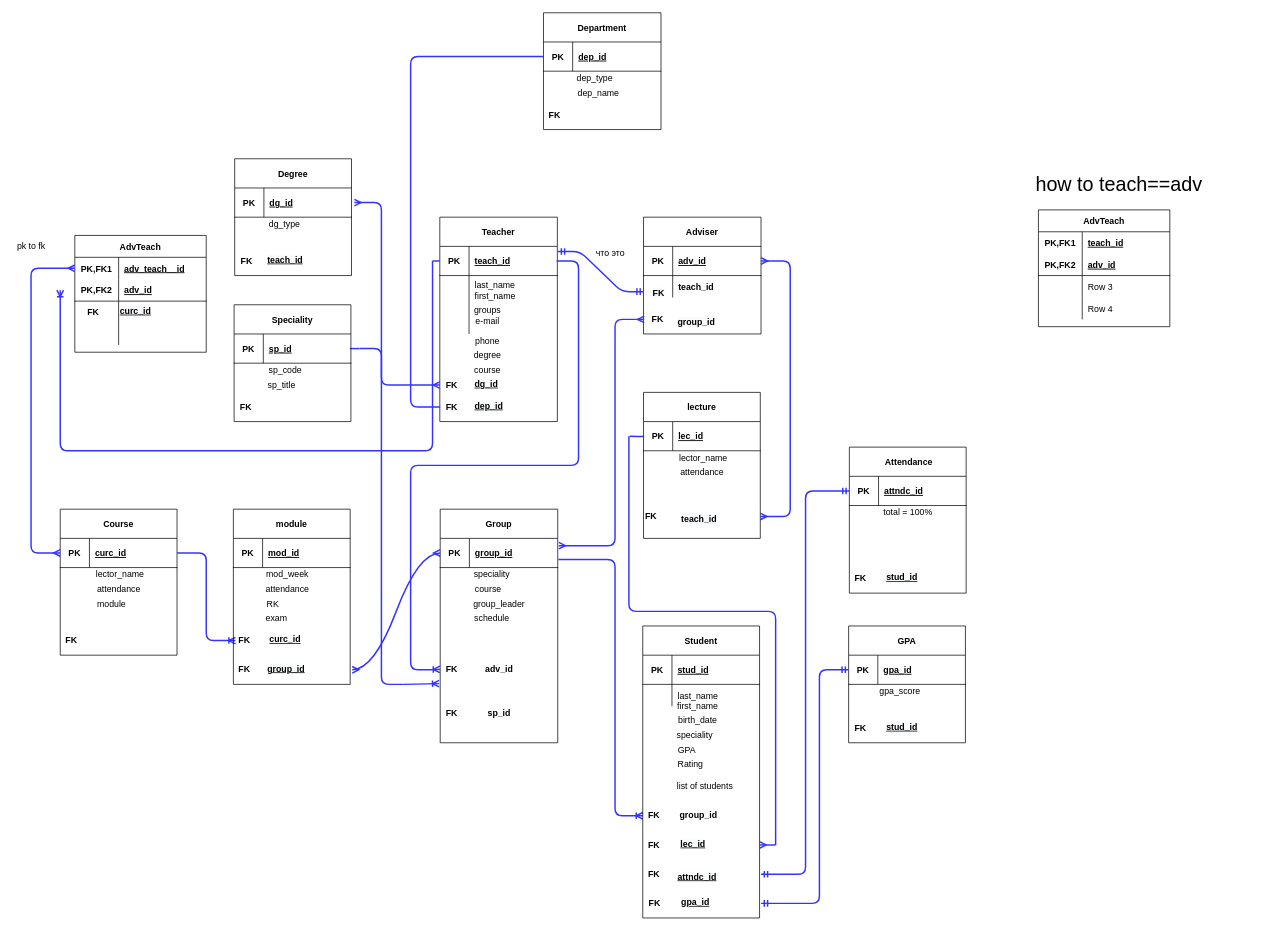
aselleon/cubefiction keeps this draw.io diagram as DB relationship entity.drawio. Above is the earlier version. Source tidied: cells renumbered, new cells numbered last; positions are measured from the earlier drawing's top-left corner, leaving out a move shared by most shapes. Both pictures are drawn from the tidied source at 73%, with x=0, y=0 at pixel (12, 12).
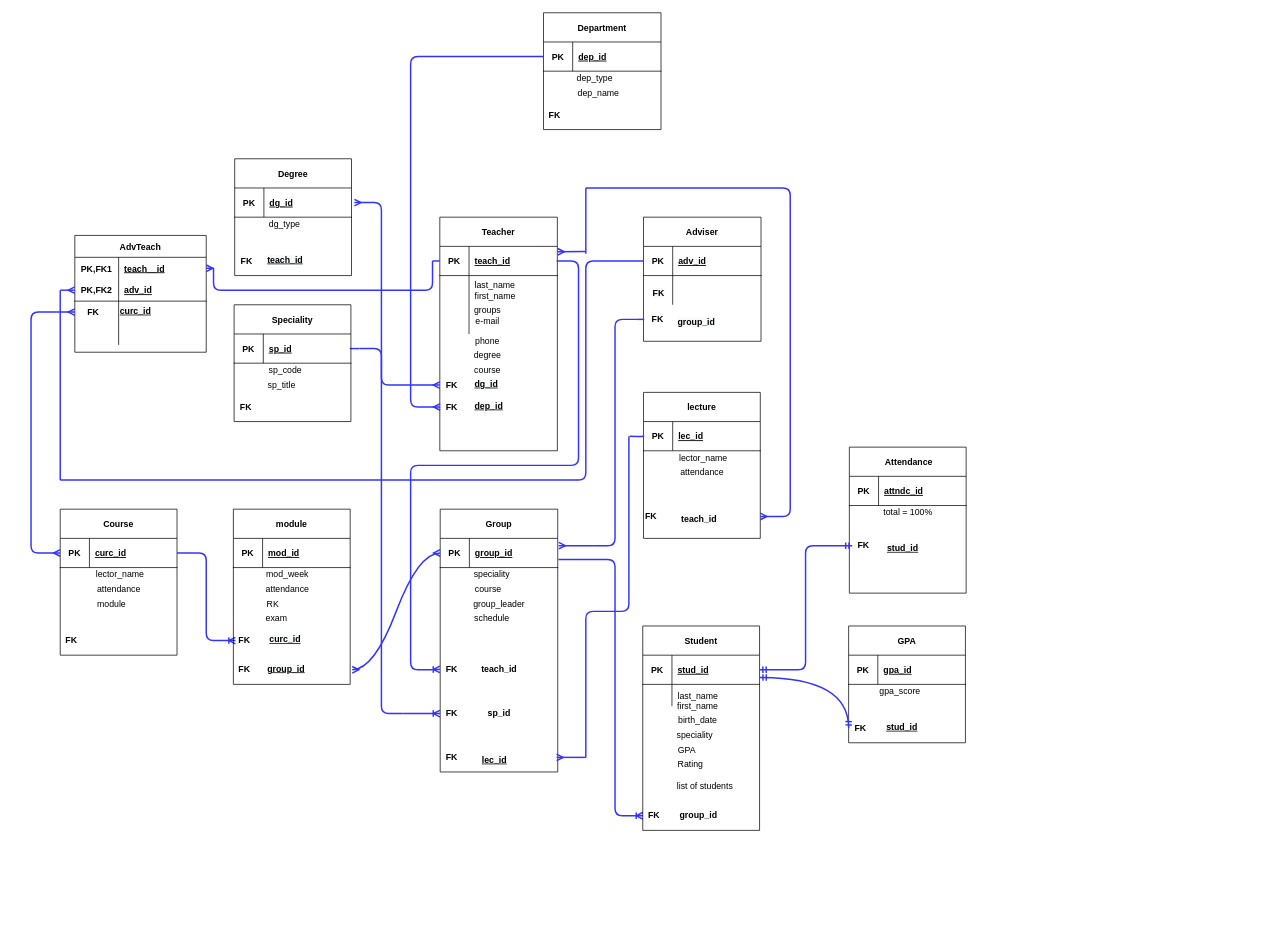
After the change.

Unchanged cells that the change refers to:
```xml
<mxCell id="14" style="shape=partialRectangle;fillColor=none;points=[[0,0.5],[1,0.5]];portConstraint=eastwest;top=0;left=0;right=0;bottom=1;" parent="13" vertex="1">
  <mxGeometry y="40" width="161" height="40" as="geometry" />
</mxCell>
<mxCell id="36" value="&lt;b&gt;FK&lt;/b&gt;" style="text;html=1;align=center;verticalAlign=middle;points=[];" parent="1" vertex="1">
  <mxGeometry x="585.5" y="530" width="30" height="20" as="geometry" />
</mxCell>
<mxCell id="43" style="shape=partialRectangle;fillColor=none;points=[[0,0.5],[1,0.5]];portConstraint=eastwest;top=0;left=0;right=0;bottom=1;" parent="42" vertex="1">
  <mxGeometry y="40" width="161" height="40" as="geometry" />
</mxCell>
<mxCell id="59" value="lecture" style="shape=table;startSize=40;childLayout=tableLayout;rowLines=0;fontStyle=1;align=center;" parent="1" vertex="1">
  <mxGeometry x="864" y="520" width="160" height="200" as="geometry" />
</mxCell>
<mxCell id="65" style="shape=partialRectangle;fillColor=none;points=[[0,0.5],[1,0.5]];portConstraint=eastwest;top=0;left=0;right=0;bottom=1;" parent="64" vertex="1">
  <mxGeometry y="40" width="160" height="40" as="geometry" />
</mxCell>
<mxCell id="76" style="shape=partialRectangle;fillColor=none;points=[[0,0.5],[1,0.5]];portConstraint=eastwest;top=0;left=0;right=0;bottom=1;" parent="75" vertex="1">
  <mxGeometry y="40" width="161" height="40" as="geometry" />
</mxCell>
<mxCell id="99" style="shape=partialRectangle;fillColor=none;points=[[0,0.5],[1,0.5]];portConstraint=eastwest;top=0;left=0;right=0;bottom=1;" parent="98" vertex="1">
  <mxGeometry y="40" width="160" height="40" as="geometry" />
</mxCell>
<mxCell id="124" style="shape=partialRectangle;fillColor=none;points=[[0,0.5],[1,0.5]];portConstraint=eastwest;top=0;left=0;right=0;bottom=1;" parent="123" vertex="1">
  <mxGeometry y="40" width="160" height="40" as="geometry" />
</mxCell>
<mxCell id="148" style="shape=partialRectangle;fillColor=none;points=[[0,0.5],[1,0.5]];portConstraint=eastwest;top=0;left=0;right=0;bottom=1;" parent="147" vertex="1">
  <mxGeometry y="40" width="160" height="40" as="geometry" />
</mxCell>
<mxCell id="162" style="shape=partialRectangle;fillColor=none;top=0;left=0;bottom=0;right=0;points=[[0,0.5],[1,0.5]];portConstraint=eastwest;" parent="161" vertex="1">
  <mxGeometry y="30" width="180" height="30" as="geometry" />
</mxCell>
<mxCell id="165" style="shape=partialRectangle;fillColor=none;top=0;left=0;bottom=1;right=0;points=[[0,0.5],[1,0.5]];portConstraint=eastwest;" parent="161" vertex="1">
  <mxGeometry y="60" width="180" height="30" as="geometry" />
</mxCell>
<mxCell id="168" style="shape=partialRectangle;fillColor=none;top=0;left=0;bottom=0;right=0;points=[[0,0.5],[1,0.5]];portConstraint=eastwest;" parent="161" vertex="1">
  <mxGeometry y="90" width="180" height="30" as="geometry" />
</mxCell>
```

Change to the diagram source:
```diff
@@
     <mxCell id="13" value="Teacher" style="shape=table;startSize=40;childLayout=tableLayout;rowLines=0;fontStyle=1;align=center;" parent="1" vertex="1">
-      <mxGeometry x="585" y="280" width="161" height="280" as="geometry" />
+      <mxGeometry x="585" y="280" width="161" height="320" as="geometry" />
     </mxCell>
@@
-    <mxCell id="40" value="&lt;b&gt;adv_id&lt;/b&gt;" style="text;html=1;align=center;verticalAlign=middle;" parent="1" vertex="1">
-      <mxGeometry x="641" y="890" width="50" height="20" as="geometry" />
+    <mxCell id="40" value="&lt;b&gt;teach_id&lt;/b&gt;" style="text;html=1;align=center;verticalAlign=middle;" parent="1" vertex="1">
+      <mxGeometry x="636" y="890" width="60" height="20" as="geometry" />
     </mxCell>
@@
     <mxCell id="42" value="Adviser" style="shape=table;startSize=40;childLayout=tableLayout;rowLines=0;fontStyle=1;align=center;" parent="1" vertex="1">
-      <mxGeometry x="864" y="280" width="161" height="160" as="geometry" />
+      <mxGeometry x="864" y="280" width="161" height="170" as="geometry" />
     </mxCell>
@@
     <mxCell id="47" style="shape=partialRectangle;fillColor=none;points=[[0,0.5],[1,0.5]];portConstraint=eastwest;top=0;left=0;right=0;bottom=0;" parent="42" vertex="1">
-      <mxGeometry y="80" width="161" height="30" as="geometry" />
+      <mxGeometry y="80" width="161" height="40" as="geometry" />
     </mxCell>
     <mxCell id="48" style="shape=partialRectangle;overflow=hidden;fillColor=none;top=0;left=0;bottom=0;right=0;" parent="47" vertex="1">
-      <mxGeometry width="40" height="30" as="geometry" />
+      <mxGeometry width="40" height="40" as="geometry" />
     </mxCell>
-    <mxCell id="49" value="teach_id" style="shape=partialRectangle;overflow=hidden;fillColor=none;top=0;left=0;bottom=0;right=0;align=left;spacingLeft=6;fontStyle=1;" parent="47" vertex="1">
-      <mxGeometry x="40" width="121" height="30" as="geometry" />
+    <mxCell id="49" style="shape=partialRectangle;overflow=hidden;fillColor=none;top=0;left=0;bottom=0;right=0;align=left;spacingLeft=6;fontStyle=1;" parent="47" vertex="1">
+      <mxGeometry x="40" width="121" height="40" as="geometry" />
     </mxCell>
-    <mxCell id="50" style="edgeStyle=entityRelationEdgeStyle;fontSize=12;html=1;endArrow=ERmandOne;startArrow=ERmandOne;strokeColor=#3333FF;strokeWidth=2;entryX=0;entryY=0.734;entryDx=0;entryDy=0;entryPerimeter=0;exitX=1.006;exitY=0.175;exitDx=0;exitDy=0;exitPerimeter=0;" parent="1" edge="1" source="14" target="47">
-      <mxGeometry relative="1" as="geometry" />
-    </mxCell>
@@
     <mxCell id="56" style="edgeStyle=entityRelationEdgeStyle;fontSize=12;html=1;endArrow=none;strokeColor=#3333FF;strokeWidth=2;rounded=1;endFill=0;" parent="1" edge="1">
       <mxGeometry relative="1" as="geometry">
         <mxPoint x="475" y="460" as="sourcePoint" />
-        <mxPoint x="535" y="920" as="targetPoint" />
+        <mxPoint x="535" y="960" as="targetPoint" />
       </mxGeometry>
     </mxCell>
@@
-    <mxCell id="63" style="edgeStyle=orthogonalEdgeStyle;rounded=0;orthogonalLoop=1;jettySize=auto;html=1;exitX=1;exitY=0.5;exitDx=0;exitDy=0;" parent="59" edge="1">
-      <mxGeometry relative="1" as="geometry">
-        <mxPoint x="567" y="-250" as="sourcePoint" />
-        <mxPoint x="567" y="-250" as="targetPoint" />
-      </mxGeometry>
-    </mxCell>
     <mxCell id="64" value="Student" style="shape=table;startSize=40;childLayout=tableLayout;rowLines=0;fontStyle=1;align=center;" parent="1" vertex="1">
-      <mxGeometry x="863" y="840" width="160" height="400" as="geometry" />
+      <mxGeometry x="863" y="840" width="160" height="280" as="geometry" />
     </mxCell>
@@
     <mxCell id="73" style="endArrow=ERoneToMany;html=1;strokeColor=#3333FF;strokeWidth=2;endFill=0;" parent="1" edge="1">
       <mxGeometry relative="1" as="geometry">
-        <mxPoint x="535" y="920" as="sourcePoint" />
-        <mxPoint x="584" y="919" as="targetPoint" />
+        <mxPoint x="535" y="960" as="sourcePoint" />
+        <mxPoint x="585" y="960" as="targetPoint" />
       </mxGeometry>
     </mxCell>
@@
-    <mxCell id="80" style="fontSize=12;html=1;endArrow=none;strokeColor=#3333FF;strokeWidth=2;edgeStyle=elbowEdgeStyle;elbow=vertical;exitX=0;exitY=0.5;exitDx=0;exitDy=0;endFill=0;" parent="1" edge="1" source="76" target="36">
+    <mxCell id="80" style="fontSize=12;html=1;endArrow=ERmany;strokeColor=#3333FF;strokeWidth=2;edgeStyle=elbowEdgeStyle;elbow=vertical;exitX=0;exitY=0.5;exitDx=0;exitDy=0;endFill=0;" parent="1" edge="1" source="76" target="36">
       <mxGeometry relative="1" as="geometry">
         <Array as="points">
           <mxPoint x="545" y="240" />
         </Array>
       </mxGeometry>
     </mxCell>
-    <mxCell id="81" style="edgeStyle=elbowEdgeStyle;fontSize=12;html=1;endArrow=ERmany;startArrow=ERmany;strokeColor=#3333FF;strokeWidth=2;exitX=1;exitY=0.5;exitDx=0;exitDy=0;" parent="1" edge="1" source="43">
+    <mxCell id="81" style="edgeStyle=elbowEdgeStyle;fontSize=12;html=1;endArrow=ERmany;startArrow=none;strokeColor=#3333FF;strokeWidth=2;endFill=0;startFill=0;" parent="1" edge="1">
       <mxGeometry relative="1" as="geometry">
+        <mxPoint x="785" y="240" as="sourcePoint" />
         <mxPoint x="1024" y="690" as="targetPoint" />
         <Array as="points">
-          <mxPoint x="1065" y="500" />
+          <mxPoint x="1065" y="450" />
         </Array>
       </mxGeometry>
     </mxCell>
@@
-    <mxCell id="87" style="endArrow=ERmany;html=1;rounded=0;strokeColor=#3333FF;strokeWidth=2;endFill=0;startArrow=none;startFill=0;" parent="1" edge="1">
+    <mxCell id="87" style="endArrow=none;html=1;rounded=0;strokeColor=#3333FF;strokeWidth=2;endFill=0;startArrow=none;startFill=0;" parent="1" edge="1">
       <mxGeometry relative="1" as="geometry">
         <mxPoint x="855" y="420" as="sourcePoint" />
         <mxPoint x="865" y="420" as="targetPoint" />
       </mxGeometry>
     </mxCell>
     <mxCell id="88" value="Group" style="shape=table;startSize=40;childLayout=tableLayout;rowLines=0;fontStyle=1;align=center;" parent="1" vertex="1">
-      <mxGeometry x="585.5" y="680" width="161" height="320" as="geometry" />
+      <mxGeometry x="585.5" y="680" width="161" height="360" as="geometry" />
     </mxCell>
@@
     <mxCell id="110" style="edgeStyle=elbowEdgeStyle;fontSize=12;html=1;endArrow=none;strokeColor=#3333FF;strokeWidth=2;elbow=vertical;endFill=0;" parent="1" edge="1">
       <mxGeometry relative="1" as="geometry">
-        <mxPoint x="1045" y="1140" as="sourcePoint" />
+        <mxPoint x="785" y="1020" as="sourcePoint" />
         <mxPoint x="844" y="580" as="targetPoint" />
         <Array as="points">
           <mxPoint x="933" y="820" />
         </Array>
       </mxGeometry>
     </mxCell>
@@
-    <mxCell id="112" style="fontSize=12;html=1;endArrow=ERmany;strokeWidth=2;strokeColor=#3333FF;endFill=0;elbow=vertical;entryX=1;entryY=0.75;entryDx=0;entryDy=0;" parent="1" edge="1" target="64">
+    <mxCell id="112" style="fontSize=12;html=1;endArrow=ERmany;strokeWidth=2;strokeColor=#3333FF;endFill=0;elbow=vertical;" parent="1" edge="1">
       <mxGeometry relative="1" as="geometry">
-        <mxPoint x="1045" y="1140" as="sourcePoint" />
+        <mxPoint x="785" y="1020" as="sourcePoint" />
+        <mxPoint x="745" y="1020" as="targetPoint" />
       </mxGeometry>
     </mxCell>
@@
-    <mxCell id="129" style="edgeStyle=elbowEdgeStyle;fontSize=12;html=1;endArrow=ERmandOne;startArrow=ERmandOne;exitX=0;exitY=0.5;exitDx=0;exitDy=0;strokeColor=#3333FF;strokeWidth=2;" parent="1" edge="1" source="124">
+    <mxCell id="129" style="edgeStyle=orthogonalEdgeStyle;fontSize=12;html=1;endArrow=ERmandOne;startArrow=ERmandOne;strokeColor=#3333FF;strokeWidth=2;entryX=1.001;entryY=0.764;entryDx=0;entryDy=0;entryPerimeter=0;curved=1;" parent="1" edge="1" target="65">
       <mxGeometry relative="1" as="geometry">
-        <mxPoint x="1025" y="1220" as="targetPoint" />
-        <Array as="points">
-          <mxPoint x="1105" y="1050" />
-        </Array>
+        <mxPoint x="1145" y="980" as="sourcePoint" />
       </mxGeometry>
     </mxCell>
-    <mxCell id="130" value="&lt;font style=&quot;font-size: 27px&quot;&gt;how to teach==adv&lt;/font&gt;" style="text;html=1;align=center;verticalAlign=middle;" parent="1" vertex="1">
-      <mxGeometry x="1395" y="220" width="240" height="30" as="geometry" />
-    </mxCell>
-    <mxCell id="131" value="AdvTeach" style="shape=table;startSize=30;childLayout=tableLayout;rowLines=0;fontStyle=1;align=center;" parent="1" vertex="1">
-      <mxGeometry x="1405" y="270" width="180" height="160" as="geometry" />
-    </mxCell>
-    <mxCell id="132" style="shape=partialRectangle;fillColor=none;top=0;left=0;bottom=0;right=0;" parent="131" vertex="1">
-      <mxGeometry y="30" width="180" height="30" as="geometry" />
-    </mxCell>
-    <mxCell id="133" value="PK,FK1" style="shape=partialRectangle;fillColor=none;top=0;left=0;bottom=0;right=0;fontStyle=1;overflow=hidden;" parent="132" vertex="1">
-      <mxGeometry width="60" height="30" as="geometry" />
-    </mxCell>
-    <mxCell id="134" value="teach_id" style="shape=partialRectangle;fillColor=none;top=0;left=0;bottom=0;right=0;align=left;spacingLeft=6;fontStyle=5;overflow=hidden;" parent="132" vertex="1">
-      <mxGeometry x="60" width="120" height="30" as="geometry" />
-    </mxCell>
-    <mxCell id="135" style="shape=partialRectangle;fillColor=none;top=0;left=0;bottom=1;right=0;" parent="131" vertex="1">
-      <mxGeometry y="60" width="180" height="30" as="geometry" />
-    </mxCell>
-    <mxCell id="136" value="PK,FK2" style="shape=partialRectangle;fillColor=none;top=0;left=0;bottom=0;right=0;fontStyle=1;overflow=hidden;" parent="135" vertex="1">
-      <mxGeometry width="60" height="30" as="geometry" />
-    </mxCell>
-    <mxCell id="137" value="adv_id" style="shape=partialRectangle;fillColor=none;top=0;left=0;bottom=0;right=0;align=left;spacingLeft=6;fontStyle=5;overflow=hidden;" parent="135" vertex="1">
-      <mxGeometry x="60" width="120" height="30" as="geometry" />
-    </mxCell>
-    <mxCell id="138" style="shape=partialRectangle;fillColor=none;top=0;left=0;bottom=0;right=0;" parent="131" vertex="1">
-      <mxGeometry y="90" width="180" height="30" as="geometry" />
-    </mxCell>
-    <mxCell id="139" style="shape=partialRectangle;fillColor=none;top=0;left=0;bottom=0;right=0;overflow=hidden;" parent="138" vertex="1">
-      <mxGeometry width="60" height="30" as="geometry" />
-    </mxCell>
-    <mxCell id="140" value="Row 3" style="shape=partialRectangle;fillColor=none;top=0;left=0;bottom=0;right=0;align=left;spacingLeft=6;overflow=hidden;" parent="138" vertex="1">
-      <mxGeometry x="60" width="120" height="30" as="geometry" />
-    </mxCell>
-    <mxCell id="141" style="shape=partialRectangle;fillColor=none;top=0;left=0;bottom=0;right=0;" parent="131" vertex="1">
-      <mxGeometry y="120" width="180" height="30" as="geometry" />
-    </mxCell>
-    <mxCell id="142" style="shape=partialRectangle;fillColor=none;top=0;left=0;bottom=0;right=0;overflow=hidden;" parent="141" vertex="1">
-      <mxGeometry width="60" height="30" as="geometry" />
-    </mxCell>
-    <mxCell id="143" value="Row 4" style="shape=partialRectangle;fillColor=none;top=0;left=0;bottom=0;right=0;align=left;spacingLeft=6;overflow=hidden;" parent="141" vertex="1">
-      <mxGeometry x="60" width="120" height="30" as="geometry" />
-    </mxCell>
-    <mxCell id="144" value="&amp;nbsp; что это" style="text;html=1;align=center;verticalAlign=middle;" parent="1" vertex="1">
-      <mxGeometry x="785" y="320" width="60" height="20" as="geometry" />
-    </mxCell>
@@
     <mxCell id="146" value="&lt;b&gt;FK&lt;/b&gt;" style="text;html=1;align=center;verticalAlign=middle;points=[];" parent="1" vertex="1">
-      <mxGeometry x="1146" y="765" width="30" height="20" as="geometry" />
+      <mxGeometry x="1150" y="720" width="30" height="20" as="geometry" />
     </mxCell>
@@
-    <mxCell id="152" style="edgeStyle=elbowEdgeStyle;fontSize=12;html=1;endArrow=ERmandOne;startArrow=ERmandOne;strokeColor=#3333FF;strokeWidth=2;rounded=1;entryX=0;entryY=0.5;entryDx=0;entryDy=0;" parent="1" edge="1" target="148">
+    <mxCell id="152" style="edgeStyle=elbowEdgeStyle;fontSize=12;html=1;endArrow=ERmandOne;startArrow=ERmandOne;strokeColor=#3333FF;strokeWidth=2;rounded=1;exitX=1;exitY=0.5;exitDx=0;exitDy=0;" parent="1" edge="1" source="65" target="146">
       <mxGeometry relative="1" as="geometry">
-        <mxPoint x="1025" y="1180" as="sourcePoint" />
         <Array as="points">
           <mxPoint x="1086" y="900" />
         </Array>
       </mxGeometry>
     </mxCell>
     <mxCell id="153" value="&lt;span style=&quot;color: rgb(0, 0, 0); font-family: helvetica; font-size: 12px; font-style: normal; font-weight: 700; letter-spacing: normal; text-align: left; text-indent: 0px; text-transform: none; word-spacing: 0px; background-color: rgb(248, 249, 250); text-decoration: underline; display: inline; float: none;&quot;&gt;stud_id&lt;/span&gt;" style="text;whiteSpace=wrap;html=1;" parent="1" vertex="1">
-      <mxGeometry x="1195" y="760" width="70" height="30" as="geometry" />
+      <mxGeometry x="1196" y="720" width="70" height="30" as="geometry" />
     </mxCell>
-    <mxCell id="154" value="&lt;b&gt;FK&lt;/b&gt;" style="text;html=1;align=center;verticalAlign=middle;" parent="1" vertex="1">
-      <mxGeometry x="863" y="1170" width="30" height="20" as="geometry" />
-    </mxCell>
-    <mxCell id="155" value="&lt;b&gt;FK&lt;/b&gt;" style="text;html=1;align=center;verticalAlign=middle;" parent="1" vertex="1">
-      <mxGeometry x="864" y="1210" width="30" height="20" as="geometry" />
-    </mxCell>
-    <mxCell id="156" value="&lt;span style=&quot;color: rgb(0, 0, 0); font-family: helvetica; font-size: 12px; font-style: normal; font-weight: 700; letter-spacing: normal; text-align: left; text-indent: 0px; text-transform: none; word-spacing: 0px; background-color: rgb(248, 249, 250); text-decoration: underline; display: inline; float: none;&quot;&gt;gpa_id&lt;/span&gt;" style="text;whiteSpace=wrap;html=1;" parent="1" vertex="1">
-      <mxGeometry x="914" y="1205" width="60" height="30" as="geometry" />
-    </mxCell>
-    <mxCell id="157" value="&lt;span style=&quot;color: rgb(0, 0, 0); font-family: helvetica; font-size: 12px; font-style: normal; font-weight: 700; letter-spacing: normal; text-align: left; text-indent: 0px; text-transform: none; word-spacing: 0px; background-color: rgb(248, 249, 250); text-decoration: underline; display: inline; float: none;&quot;&gt;attndc_id&lt;/span&gt;" style="text;whiteSpace=wrap;html=1;" parent="1" vertex="1">
-      <mxGeometry x="909" y="1170" width="80" height="30" as="geometry" />
-    </mxCell>
-    <mxCell id="158" value="&lt;b&gt;FK&lt;/b&gt;" style="text;html=1;align=center;verticalAlign=middle;" parent="1" vertex="1">
-      <mxGeometry x="863" y="1130" width="30" height="20" as="geometry" />
-    </mxCell>
-    <mxCell id="159" value="&lt;span style=&quot;color: rgb(0, 0, 0); font-family: helvetica; font-size: 12px; font-style: normal; font-weight: 700; letter-spacing: normal; text-align: left; text-indent: 0px; text-transform: none; word-spacing: 0px; background-color: rgb(248, 249, 250); text-decoration: underline; display: inline; float: none;&quot;&gt;lec_id&lt;/span&gt;" style="text;whiteSpace=wrap;html=1;" parent="1" vertex="1">
-      <mxGeometry x="913" y="1125" width="60" height="30" as="geometry" />
-    </mxCell>
@@
-    <mxCell id="164" value="adv_teach__id" style="shape=partialRectangle;fillColor=none;top=0;left=0;bottom=0;right=0;align=left;spacingLeft=6;fontStyle=5;overflow=hidden;" parent="162" vertex="1">
+    <mxCell id="164" value="teach__id" style="shape=partialRectangle;fillColor=none;top=0;left=0;bottom=0;right=0;align=left;spacingLeft=6;fontStyle=5;overflow=hidden;" parent="162" vertex="1">
       <mxGeometry x="60" width="120" height="30" as="geometry" />
     </mxCell>
@@
-    <mxCell id="190" style="edgeStyle=elbowEdgeStyle;fontSize=12;html=1;endArrow=ERmany;startArrow=ERmany;strokeColor=#3333FF;strokeWidth=2;entryX=0;entryY=0.5;entryDx=0;entryDy=0;exitX=0;exitY=0.5;exitDx=0;exitDy=0;" parent="1" edge="1" source="99" target="162">
+    <mxCell id="190" style="edgeStyle=elbowEdgeStyle;fontSize=12;html=1;endArrow=ERmany;startArrow=ERmany;strokeColor=#3333FF;strokeWidth=2;exitX=0;exitY=0.5;exitDx=0;exitDy=0;entryX=0;entryY=0.5;entryDx=0;entryDy=0;" parent="1" edge="1" source="99" target="168">
       <mxGeometry relative="1" as="geometry">
         <Array as="points">
+          <mxPoint x="25" y="390" />
           <mxPoint x="25" y="540" />
         </Array>
       </mxGeometry>
     </mxCell>
-    <mxCell id="191" style="edgeStyle=elbowEdgeStyle;fontSize=12;html=1;endArrow=ERoneToMany;strokeColor=#3333FF;strokeWidth=2;elbow=vertical;" parent="1" edge="1">
+    <mxCell id="191" style="edgeStyle=elbowEdgeStyle;fontSize=12;html=1;endArrow=none;strokeColor=#3333FF;strokeWidth=2;elbow=vertical;endFill=0;" parent="1" edge="1">
       <mxGeometry relative="1" as="geometry">
         <mxPoint x="575" y="340" as="sourcePoint" />
-        <mxPoint x="65" y="380" as="targetPoint" />
+        <mxPoint x="275" y="350" as="targetPoint" />
         <Array as="points">
-          <mxPoint x="325" y="600" />
+          <mxPoint x="415" y="380" />
         </Array>
       </mxGeometry>
     </mxCell>
@@
-    <mxCell id="194" value="pk to fk" style="text;html=1;align=center;verticalAlign=middle;" parent="1" vertex="1">
-      <mxGeometry y="310" width="50" height="20" as="geometry" />
-    </mxCell>
+    <mxCell id="195" style="endArrow=none;html=1;rounded=0;strokeColor=#3333FF;strokeWidth=2;startArrow=ERmany;startFill=0;exitX=1;exitY=0.5;exitDx=0;exitDy=0;" parent="1" edge="1" source="162">
+      <mxGeometry relative="1" as="geometry">
+        <mxPoint x="275" y="350" as="targetPoint" />
+      </mxGeometry>
+    </mxCell>
+    <mxCell id="196" style="endArrow=none;html=1;rounded=0;strokeColor=#3333FF;strokeWidth=2;startArrow=ERmany;startFill=0;exitX=0;exitY=0.5;exitDx=0;exitDy=0;" parent="1" edge="1" source="165">
+      <mxGeometry relative="1" as="geometry">
+        <mxPoint x="65" y="380" as="targetPoint" />
+      </mxGeometry>
+    </mxCell>
+    <mxCell id="197" style="edgeStyle=elbowEdgeStyle;fontSize=12;html=1;endArrow=none;endFill=0;strokeColor=#3333FF;strokeWidth=2;entryX=0;entryY=0.5;entryDx=0;entryDy=0;" parent="1" edge="1" target="43">
+      <mxGeometry relative="1" as="geometry">
+        <mxPoint x="65" y="640" as="sourcePoint" />
+        <Array as="points">
+          <mxPoint x="785" y="470" />
+        </Array>
+      </mxGeometry>
+    </mxCell>
+    <mxCell id="198" style="endArrow=none;html=1;rounded=0;strokeColor=#3333FF;strokeWidth=2;" parent="1" edge="1">
+      <mxGeometry relative="1" as="geometry">
+        <mxPoint x="65" y="640" as="sourcePoint" />
+        <mxPoint x="65" y="380" as="targetPoint" />
+      </mxGeometry>
+    </mxCell>
+    <mxCell id="199" style="endArrow=none;html=1;rounded=0;strokeColor=#3333FF;strokeWidth=2;exitX=1.003;exitY=0.186;exitDx=0;exitDy=0;exitPerimeter=0;startArrow=ERmany;startFill=0;" parent="1" edge="1" source="14">
+      <mxGeometry relative="1" as="geometry">
+        <mxPoint x="785" y="327" as="targetPoint" />
+      </mxGeometry>
+    </mxCell>
+    <mxCell id="200" style="endArrow=none;html=1;rounded=0;strokeColor=#3333FF;strokeWidth=2;" parent="1" edge="1">
+      <mxGeometry relative="1" as="geometry">
+        <mxPoint x="785" y="330" as="sourcePoint" />
+        <mxPoint x="785" y="240" as="targetPoint" />
+      </mxGeometry>
+    </mxCell>
+    <mxCell id="159" value="&lt;span style=&quot;color: rgb(0, 0, 0); font-family: helvetica; font-size: 12px; font-style: normal; font-weight: 700; letter-spacing: normal; text-align: left; text-indent: 0px; text-transform: none; word-spacing: 0px; background-color: rgb(248, 249, 250); text-decoration: underline; display: inline; float: none;&quot;&gt;lec_id&lt;/span&gt;" style="text;whiteSpace=wrap;html=1;" parent="1" vertex="1">
+      <mxGeometry x="641" y="1010" width="60" height="30" as="geometry" />
+    </mxCell>
+    <mxCell id="201" value="&lt;b&gt;FK&lt;/b&gt;" style="text;html=1;align=center;verticalAlign=middle;" parent="1" vertex="1">
+      <mxGeometry x="585.5" y="1010" width="30" height="20" as="geometry" />
+    </mxCell>
```
